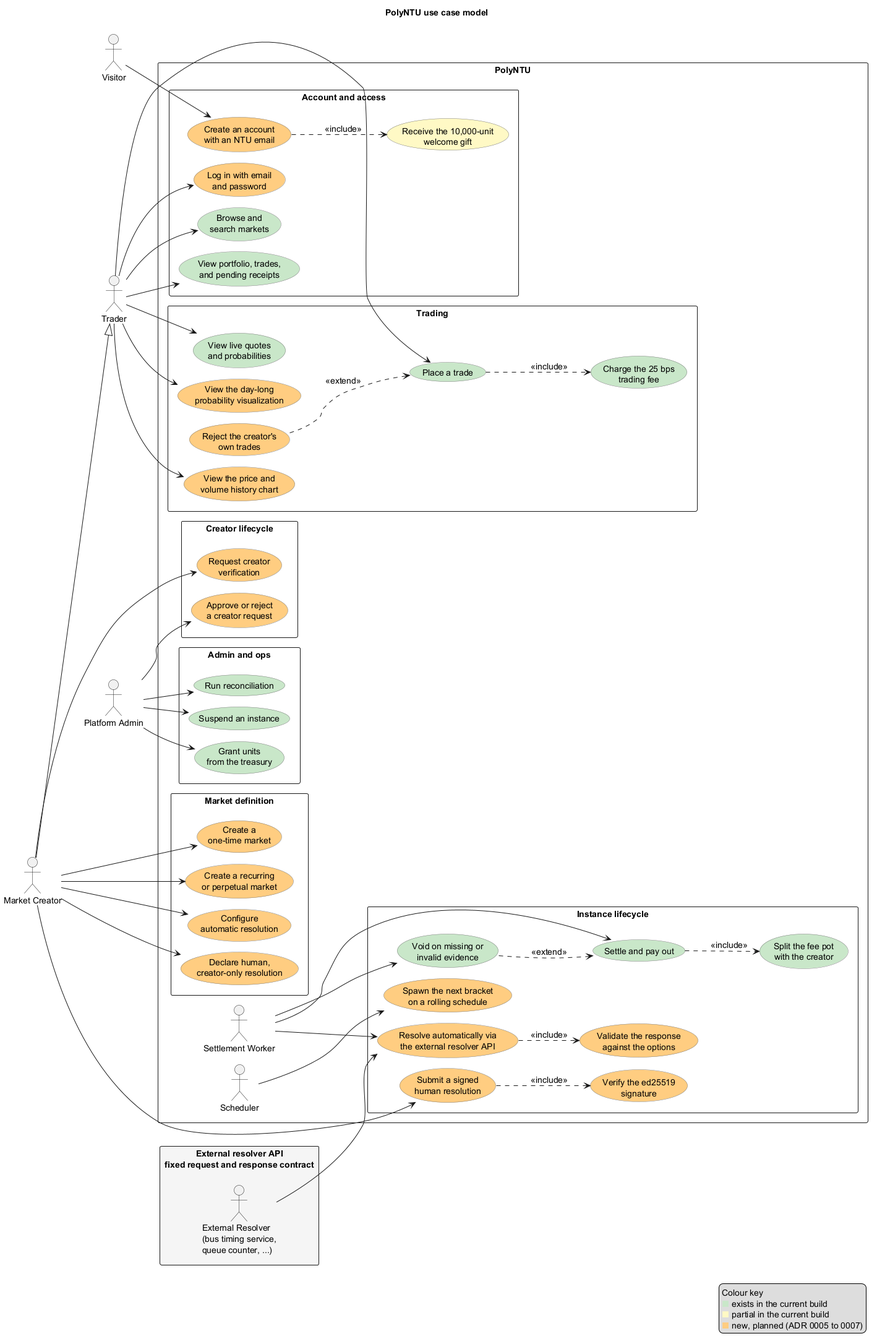
Earlier version of the PlantUML export docs/diagrams/use-case.png (sagar2377/PolyNTU).
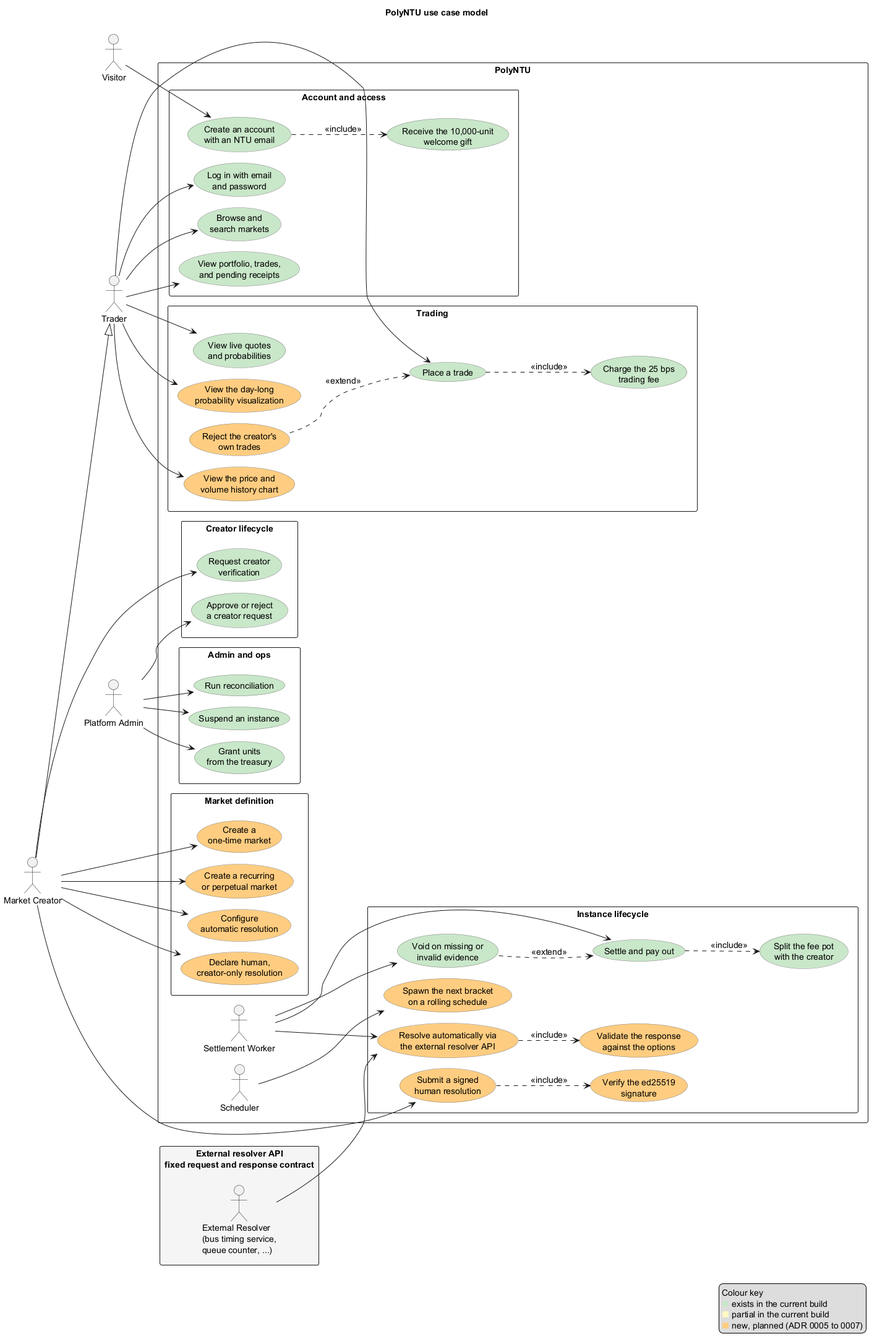
After the commit.

What changed in the source:
```diff
@@ -20,16 +20,16 @@
   actor "Settlement Worker" as Worker
 
   package "Account and access" {
-    usecase "Create an account\nwith an NTU email" as UC1 #FFCC80
-    usecase "Log in with email\nand password" as UC2 #FFCC80
-    usecase "Receive the 10,000-unit\nwelcome gift" as UC3 #FFF9C4
+    usecase "Create an account\nwith an NTU email" as UC1 #C8E6C9
+    usecase "Log in with email\nand password" as UC2 #C8E6C9
+    usecase "Receive the 10,000-unit\nwelcome gift" as UC3 #C8E6C9
     usecase "View portfolio, trades,\nand pending receipts" as UC4 #C8E6C9
     usecase "Browse and\nsearch markets" as UC5 #C8E6C9
   }
 
   package "Creator lifecycle" {
-    usecase "Request creator\nverification" as UC6 #FFCC80
-    usecase "Approve or reject\na creator request" as UC7 #FFCC80
+    usecase "Request creator\nverification" as UC6 #C8E6C9
+    usecase "Approve or reject\na creator request" as UC7 #C8E6C9
   }
 
   package "Market definition" {
```
